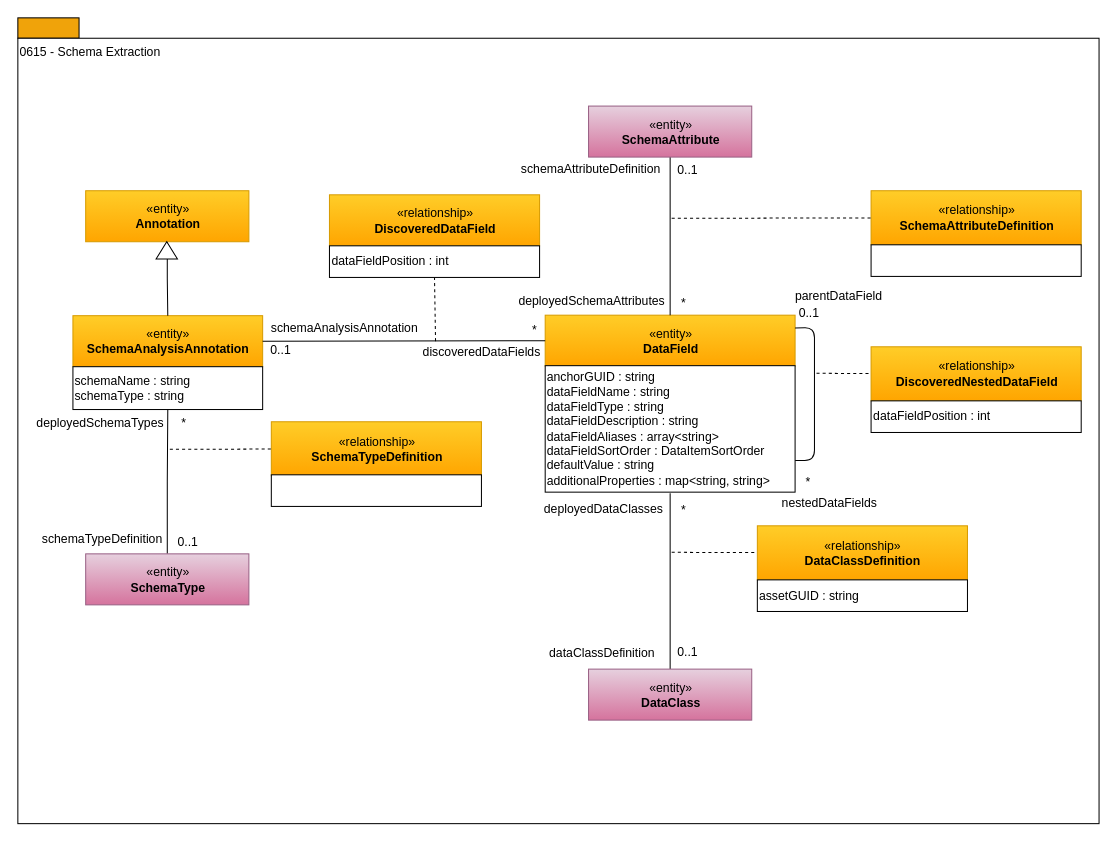
This is page "0615-Schema-Extraction" (8 of 18) of open-metadata-publication/website/open-metadata-types/area-6-discovery.drawio from odpi/egeria, a draw.io file, before an edit. Source tidied: cells renumbered, new cells numbered last; positions are measured from the earlier drawing's top-left corner, leaving out a move shared by most shapes. Both pictures are drawn from the tidied source at 102%, with x=0, y=0 at pixel (17, 17).
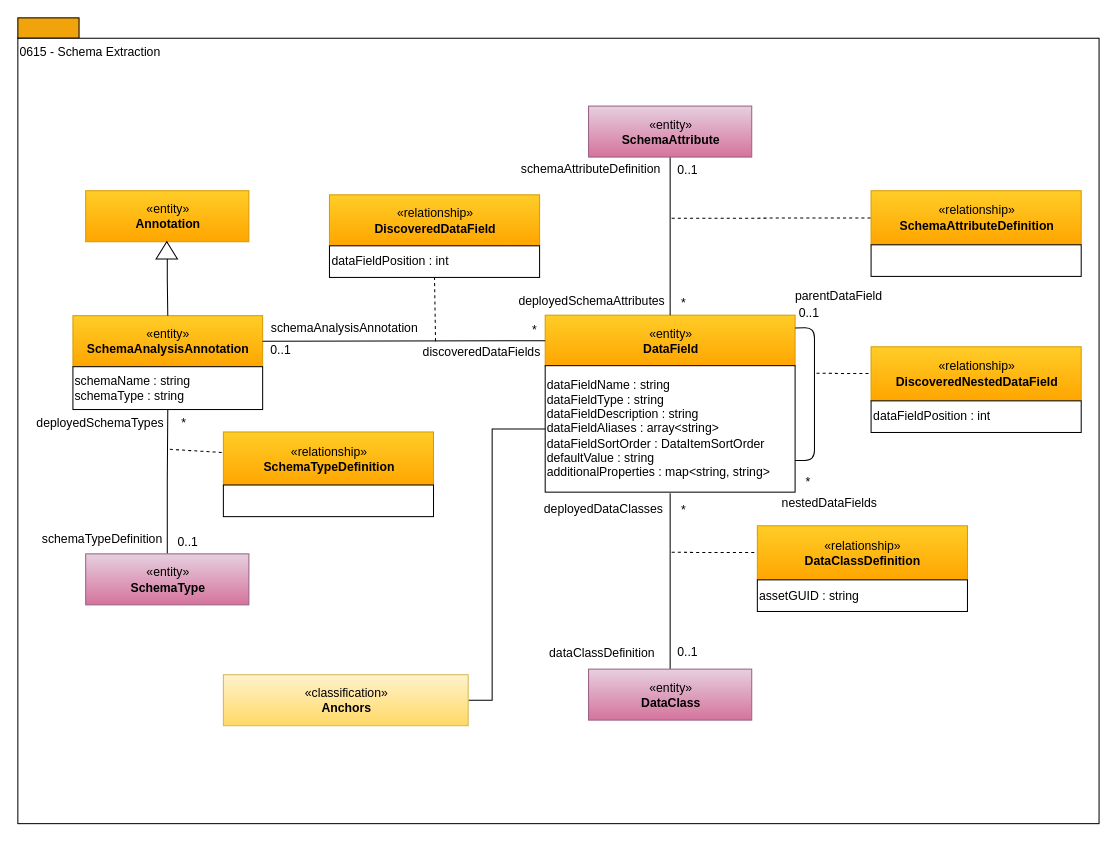
The same page after the edit.

Change to the diagram source:
```diff
@@
-    <mxCell id="26" value="anchorGUID : string&lt;br&gt;dataFieldName : string&lt;br&gt;dataFieldType : string&lt;br&gt;dataFieldDescription : string&lt;br&gt;dataFieldAliases : array&amp;lt;string&amp;gt;&lt;br&gt;dataFieldSortOrder : DataItemSortOrder&lt;br&gt;defaultValue : string&lt;br&gt;additionalProperties : map&amp;lt;string, string&amp;gt;" style="rounded=0;whiteSpace=wrap;html=1;strokeColor=#000000;gradientColor=#ffffff;align=left;" parent="1" vertex="1">
+    <mxCell id="26" value="dataFieldName : string&lt;br&gt;dataFieldType : string&lt;br&gt;dataFieldDescription : string&lt;br&gt;dataFieldAliases : array&amp;lt;string&amp;gt;&lt;br&gt;dataFieldSortOrder : DataItemSortOrder&lt;br&gt;defaultValue : string&lt;br&gt;additionalProperties : map&amp;lt;string, string&amp;gt;" style="rounded=0;whiteSpace=wrap;html=1;strokeColor=#000000;gradientColor=#ffffff;align=left;" parent="1" vertex="1">
       <mxGeometry x="517" y="341" width="245" height="124" as="geometry" />
     </mxCell>
@@
     <mxCell id="41" value="«relationship»&lt;br&gt;&lt;b&gt;SchemaTypeDefinition&lt;/b&gt;" style="html=1;strokeColor=#d79b00;align=center;fillColor=#ffcd28;gradientColor=#ffa500;" parent="1" vertex="1">
-      <mxGeometry x="248.5" y="396" width="206" height="53" as="geometry" />
+      <mxGeometry x="201.5" y="406" width="206" height="53" as="geometry" />
     </mxCell>
@@
     <mxCell id="43" style="rounded=0;whiteSpace=wrap;html=1;strokeColor=#000000;gradientColor=#ffffff;align=left;" parent="1" vertex="1">
-      <mxGeometry x="248.5" y="448" width="206" height="31" as="geometry" />
+      <mxGeometry x="201.5" y="458" width="206" height="31" as="geometry" />
     </mxCell>
@@
+    <mxCell id="54" style="edgeStyle=orthogonalEdgeStyle;rounded=0;jettySize=auto;html=1;endArrow=none;endFill=0;exitX=0;exitY=0.5;exitDx=0;exitDy=0;" parent="1" edge="1" source="26" target="55">
+      <mxGeometry relative="1" as="geometry">
+        <Array as="points">
+          <mxPoint x="465" y="403" />
+          <mxPoint x="465" y="669" />
+        </Array>
+      </mxGeometry>
+    </mxCell>
+    <mxCell id="55" value="«classification»&lt;br&gt;&lt;b&gt;Anchors&lt;/b&gt;" style="html=1;strokeColor=#d6b656;align=center;fillColor=#fff2cc;gradientColor=#ffd966;" parent="1" vertex="1">
+      <mxGeometry x="201.5" y="644" width="240" height="50" as="geometry" />
+    </mxCell>
```
